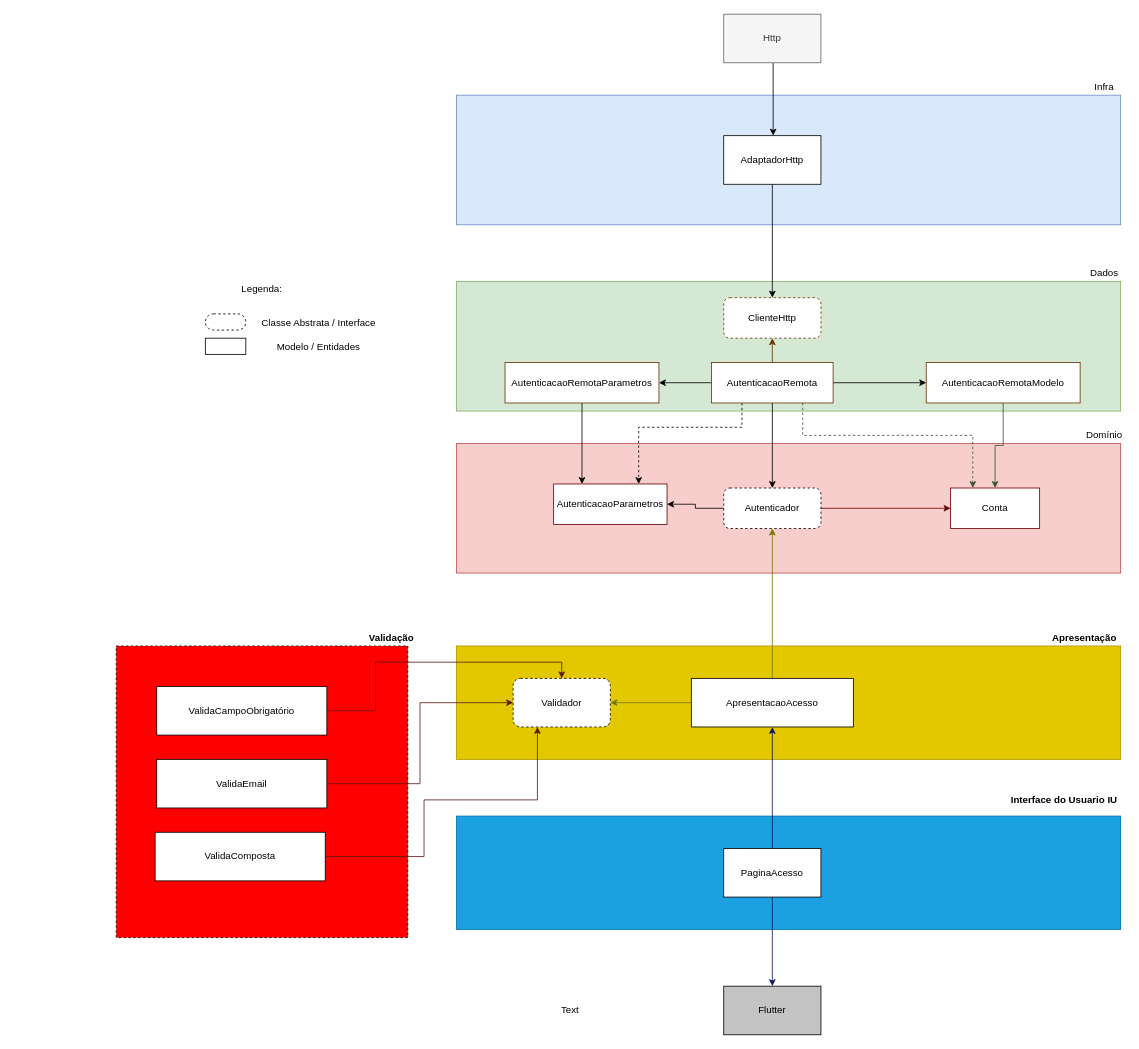
The draw.io diagram page "Acesso" (1 of 2) of requisitos/Questionario - Flutter.drawio in brunopenha/questionario_flutter, before the edit. Source tidied: cells renumbered, new cells numbered last; positions are measured from the earlier drawing's top-left corner, leaving out a move shared by most shapes. Both pictures are drawn from the tidied source at 81%, with x=0, y=0 at pixel (116, 14).
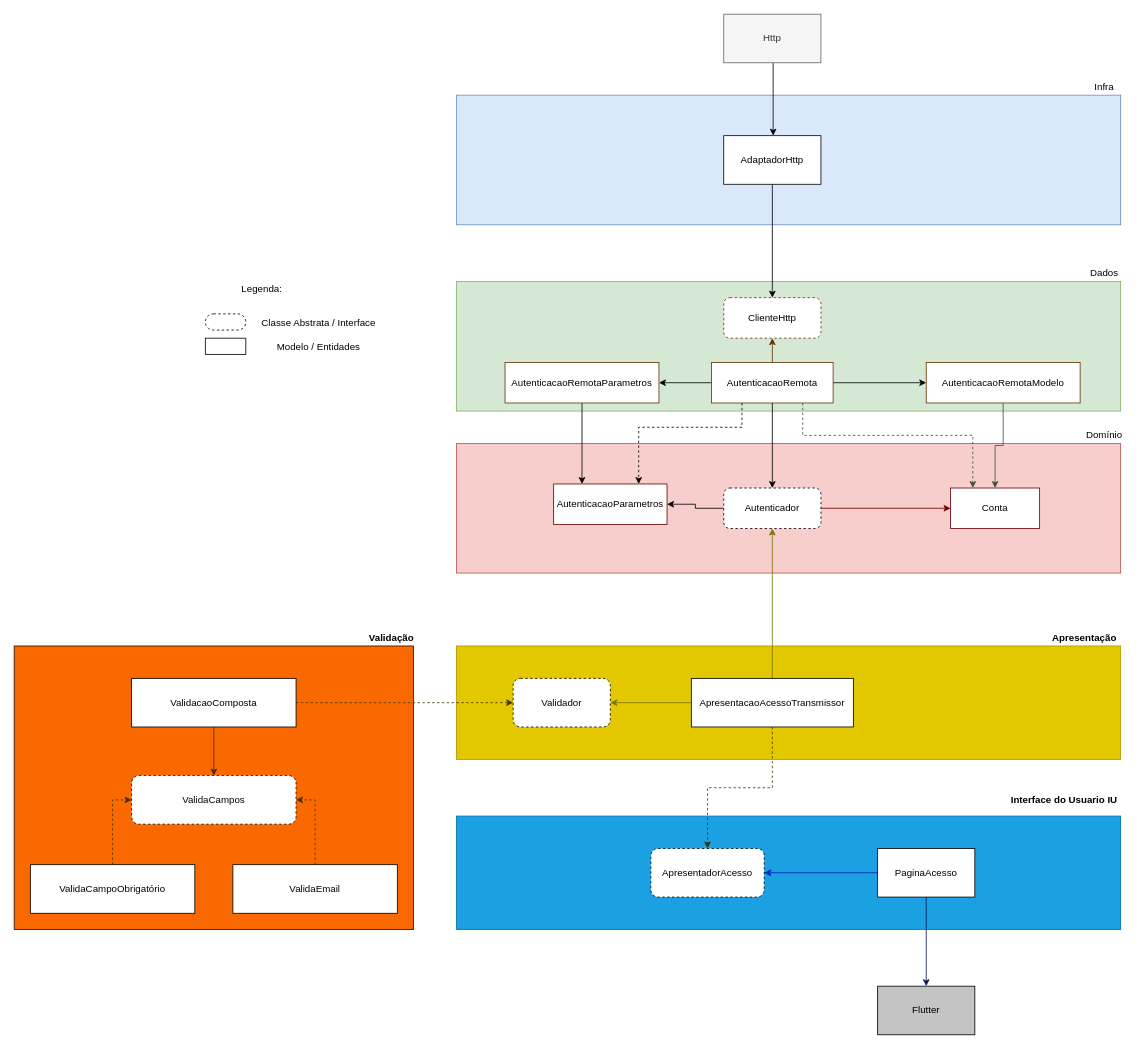
Above is the later version.

Commit message (it also covers changes not shown here):
Garante que ValidaCamposObrigatorios.valida retorne null se os valores não estiverem vazios

The change refers to these unchanged cells:
```xml
<mxCell id="41" value="Validador" style="rounded=1;whiteSpace=wrap;html=1;dashed=1;" parent="1" vertex="1">
  <mxGeometry x="490" y="820" width="120" height="60" as="geometry" />
</mxCell>
```

What changed in the source:
```diff
@@
-<mxGraphModel>
+<mxGraphModel background="#FFFFFF">
@@
+    <mxCell id="56" style="whiteSpace=wrap;html=1;rounded=0;fontSize=12;fillColor=#fa6800;fontColor=#000000;perimeterSpacing=1;strokeColor=#2B0C00;labelBorderColor=#000000;" parent="1" vertex="1">
+      <mxGeometry x="-126" y="780" width="493" height="350" as="geometry" />
+    </mxCell>
-    <mxCell id="2" style="rounded=0;whiteSpace=wrap;html=1;fillColor=#f8cecc;strokeColor=#b85450;" parent="1" vertex="1">
+    <mxCell id="2" style="rounded=0;whiteSpace=wrap;html=1;fillColor=#f8cecc;strokeColor=#b85450;labelBorderColor=none;" parent="1" vertex="1">
       <mxGeometry x="420" y="530" width="820" height="160" as="geometry" />
     </mxCell>
@@
-    <mxCell id="35" style="rounded=0;whiteSpace=wrap;html=1;fillColor=#e3c800;strokeColor=#B09500;fontColor=#000000;" parent="1" vertex="1">
+    <mxCell id="35" style="rounded=0;whiteSpace=wrap;html=1;fillColor=#e3c800;strokeColor=#B09500;fontColor=#000000;labelBorderColor=#000000;" parent="1" vertex="1">
       <mxGeometry x="420" y="780" width="820" height="140" as="geometry" />
     </mxCell>
-    <mxCell id="36" style="rounded=0;whiteSpace=wrap;html=1;fillColor=#1ba1e2;strokeColor=#006EAF;fontColor=#ffffff;" parent="1" vertex="1">
+    <mxCell id="36" style="rounded=0;whiteSpace=wrap;html=1;fillColor=#1ba1e2;strokeColor=#006EAF;fontColor=#ffffff;labelBorderColor=#000A14;" parent="1" vertex="1">
       <mxGeometry x="420" y="990" width="820" height="140" as="geometry" />
     </mxCell>
@@
+    <mxCell id="57" style="edgeStyle=orthogonalEdgeStyle;rounded=0;jettySize=auto;html=1;fontSize=12;fillColor=#e3c800;dashed=1;strokeColor=#3D3400;" parent="1" edge="1" source="39" target="62">
+      <mxGeometry relative="1" as="geometry" />
+    </mxCell>
-    <mxCell id="39" value="ApresentacaoAcesso" style="rounded=0;whiteSpace=wrap;html=1;" parent="1" vertex="1">
+    <mxCell id="39" value="ApresentacaoAcessoTransmissor" style="rounded=0;whiteSpace=wrap;html=1;" parent="1" vertex="1">
       <mxGeometry x="710" y="820" width="200" height="60" as="geometry" />
     </mxCell>
@@
-    <mxCell id="43" style="whiteSpace=wrap;html=1;dashed=1;fillColor=#FF0000;" parent="1" vertex="1">
-      <mxGeometry y="780" width="360" height="360" as="geometry" />
-    </mxCell>
-    <mxCell id="44" style="edgeStyle=orthogonalEdgeStyle;rounded=0;jettySize=auto;html=1;exitX=1;exitY=0.5;exitDx=0;exitDy=0;entryX=0.5;entryY=0;entryDx=0;entryDy=0;fillColor=#e51400;strokeColor=#591916;" parent="1" edge="1" source="45" target="41">
-      <mxGeometry relative="1" as="geometry">
-        <Array as="points">
-          <mxPoint x="320" y="860" />
-          <mxPoint x="320" y="800" />
-          <mxPoint x="550" y="800" />
-        </Array>
-      </mxGeometry>
-    </mxCell>
+    <mxCell id="58" style="edgeStyle=orthogonalEdgeStyle;rounded=0;jettySize=auto;html=1;entryX=0;entryY=0.5;entryDx=0;entryDy=0;fontSize=12;strokeColor=#3D3400;dashed=1;" parent="1" edge="1" source="45" target="63">
+      <mxGeometry relative="1" as="geometry" />
+    </mxCell>
     <mxCell id="45" value="ValidaCampoObrigatório" style="rounded=0;whiteSpace=wrap;html=1;fillColor=#FFFFFF;" parent="1" vertex="1">
-      <mxGeometry x="50" y="830" width="210" height="60" as="geometry" />
+      <mxGeometry x="-106" y="1050" width="203" height="60" as="geometry" />
     </mxCell>
-    <mxCell id="46" style="edgeStyle=orthogonalEdgeStyle;rounded=0;jettySize=auto;html=1;entryX=0;entryY=0.5;entryDx=0;entryDy=0;strokeColor=#591916;" parent="1" edge="1" source="47" target="41">
-      <mxGeometry relative="1" as="geometry" />
-    </mxCell>
+    <mxCell id="59" style="edgeStyle=orthogonalEdgeStyle;rounded=0;jettySize=auto;html=1;entryX=1;entryY=0.5;entryDx=0;entryDy=0;fontSize=12;strokeColor=#3D3400;dashed=1;" parent="1" edge="1" source="47" target="63">
+      <mxGeometry relative="1" as="geometry" />
+    </mxCell>
     <mxCell id="47" value="ValidaEmail" style="rounded=0;whiteSpace=wrap;html=1;fillColor=#FFFFFF;" parent="1" vertex="1">
-      <mxGeometry x="50" y="920" width="210" height="60" as="geometry" />
+      <mxGeometry x="144" y="1050" width="203" height="60" as="geometry" />
     </mxCell>
-    <mxCell id="48" style="edgeStyle=orthogonalEdgeStyle;rounded=0;jettySize=auto;html=1;entryX=0.25;entryY=1;entryDx=0;entryDy=0;strokeColor=#591916;" parent="1" edge="1" source="49" target="41">
-      <mxGeometry relative="1" as="geometry">
-        <Array as="points">
-          <mxPoint x="380" y="1040" />
-          <mxPoint x="380" y="970" />
-          <mxPoint x="520" y="970" />
-        </Array>
-      </mxGeometry>
+    <mxCell id="48" style="edgeStyle=orthogonalEdgeStyle;rounded=0;jettySize=auto;html=1;entryX=0;entryY=0.5;entryDx=0;entryDy=0;fontSize=12;strokeColor=#3D3400;dashed=1;" parent="1" edge="1" source="49" target="41">
+      <mxGeometry relative="1" as="geometry" />
     </mxCell>
+    <mxCell id="60" style="edgeStyle=orthogonalEdgeStyle;rounded=0;jettySize=auto;html=1;fontSize=12;strokeColor=#3D3400;" parent="1" edge="1" source="49" target="63">
+      <mxGeometry relative="1" as="geometry" />
+    </mxCell>
-    <mxCell id="49" value="ValidaComposta" style="rounded=0;whiteSpace=wrap;html=1;fillColor=#FFFFFF;" parent="1" vertex="1">
-      <mxGeometry x="48" y="1010" width="210" height="60" as="geometry" />
+    <mxCell id="49" value="ValidacaoComposta" style="rounded=0;whiteSpace=wrap;html=1;fillColor=#FFFFFF;" parent="1" vertex="1">
+      <mxGeometry x="19" y="820" width="203" height="60" as="geometry" />
     </mxCell>
-    <mxCell id="50" style="edgeStyle=orthogonalEdgeStyle;rounded=0;jettySize=auto;html=1;strokeColor=#0C1759;" parent="1" edge="1" source="52" target="39">
-      <mxGeometry relative="1" as="geometry" />
-    </mxCell>
@@
+    <mxCell id="61" style="edgeStyle=orthogonalEdgeStyle;rounded=0;jettySize=auto;html=1;entryX=1;entryY=0.5;entryDx=0;entryDy=0;fontSize=12;strokeColor=#001DBC;fillColor=#0050ef;" parent="1" edge="1" source="52" target="62">
+      <mxGeometry relative="1" as="geometry" />
+    </mxCell>
     <mxCell id="52" value="PaginaAcesso" style="rounded=0;whiteSpace=wrap;html=1;fillColor=#FFFFFF;" parent="1" vertex="1">
-      <mxGeometry x="750" y="1030" width="120" height="60" as="geometry" />
+      <mxGeometry x="940" y="1030" width="120" height="60" as="geometry" />
     </mxCell>
     <mxCell id="53" value="Flutter" style="rounded=0;whiteSpace=wrap;html=1;fillColor=#C4C4C4;" parent="1" vertex="1">
-      <mxGeometry x="750" y="1200" width="120" height="60" as="geometry" />
+      <mxGeometry x="940" y="1200" width="120" height="60" as="geometry" />
     </mxCell>
@@
-    <mxCell id="55" value="Text" style="text;html=1;align=center;verticalAlign=middle;strokeColor=none;fontSize=12;" parent="1" vertex="1">
-      <mxGeometry x="540" y="1220" width="40" height="20" as="geometry" />
-    </mxCell>
+    <mxCell id="62" value="ApresentadorAcesso" style="rounded=1;whiteSpace=wrap;html=1;dashed=1;" parent="1" vertex="1">
+      <mxGeometry x="660" y="1030" width="140" height="60" as="geometry" />
+    </mxCell>
+    <mxCell id="63" value="ValidaCampos" style="rounded=1;whiteSpace=wrap;html=1;fillColor=#FFFFFF;dashed=1;" parent="1" vertex="1">
+      <mxGeometry x="19" y="940" width="203" height="60" as="geometry" />
+    </mxCell>
```
